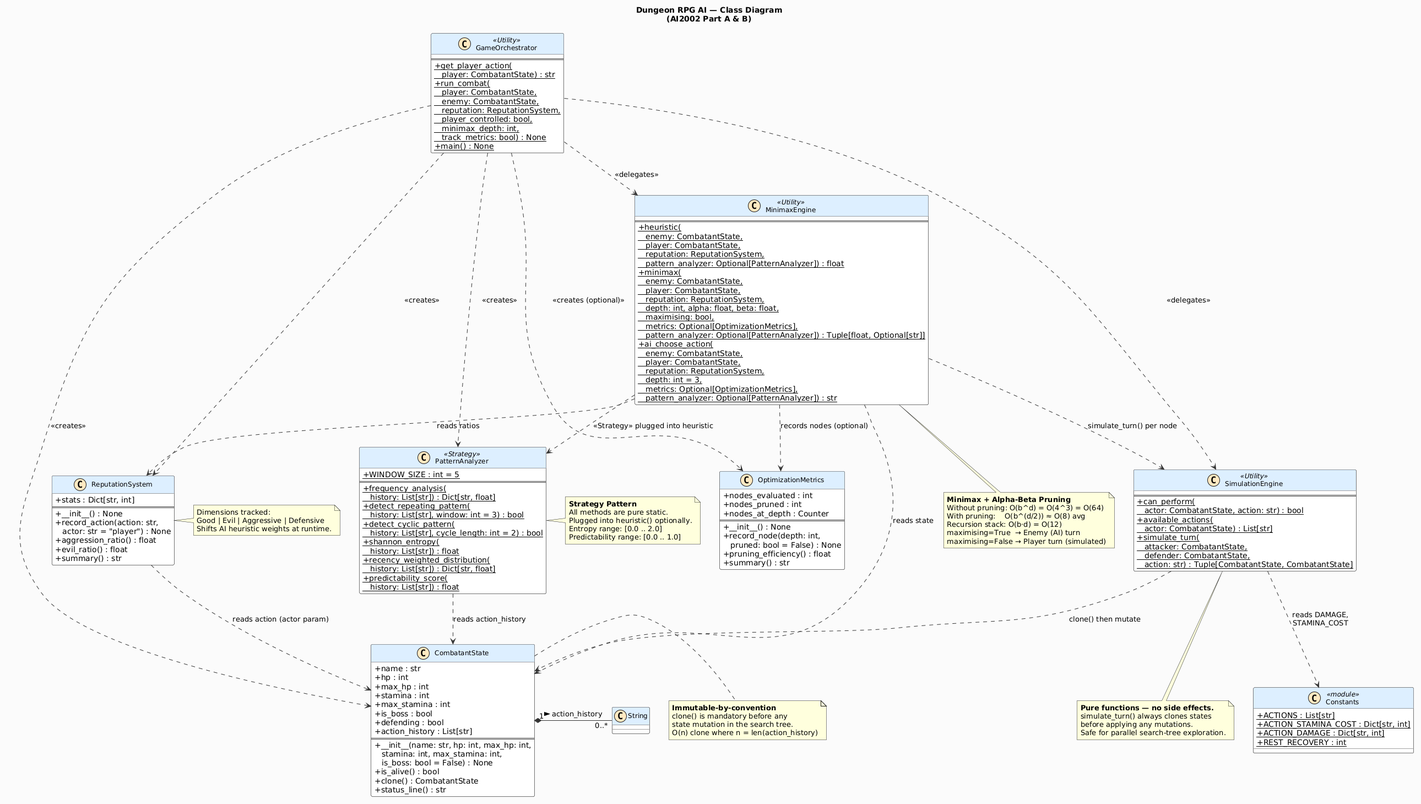
Earlier version of the PlantUML export uml/class_diagram.png (HamasNaveed/AI-Project).
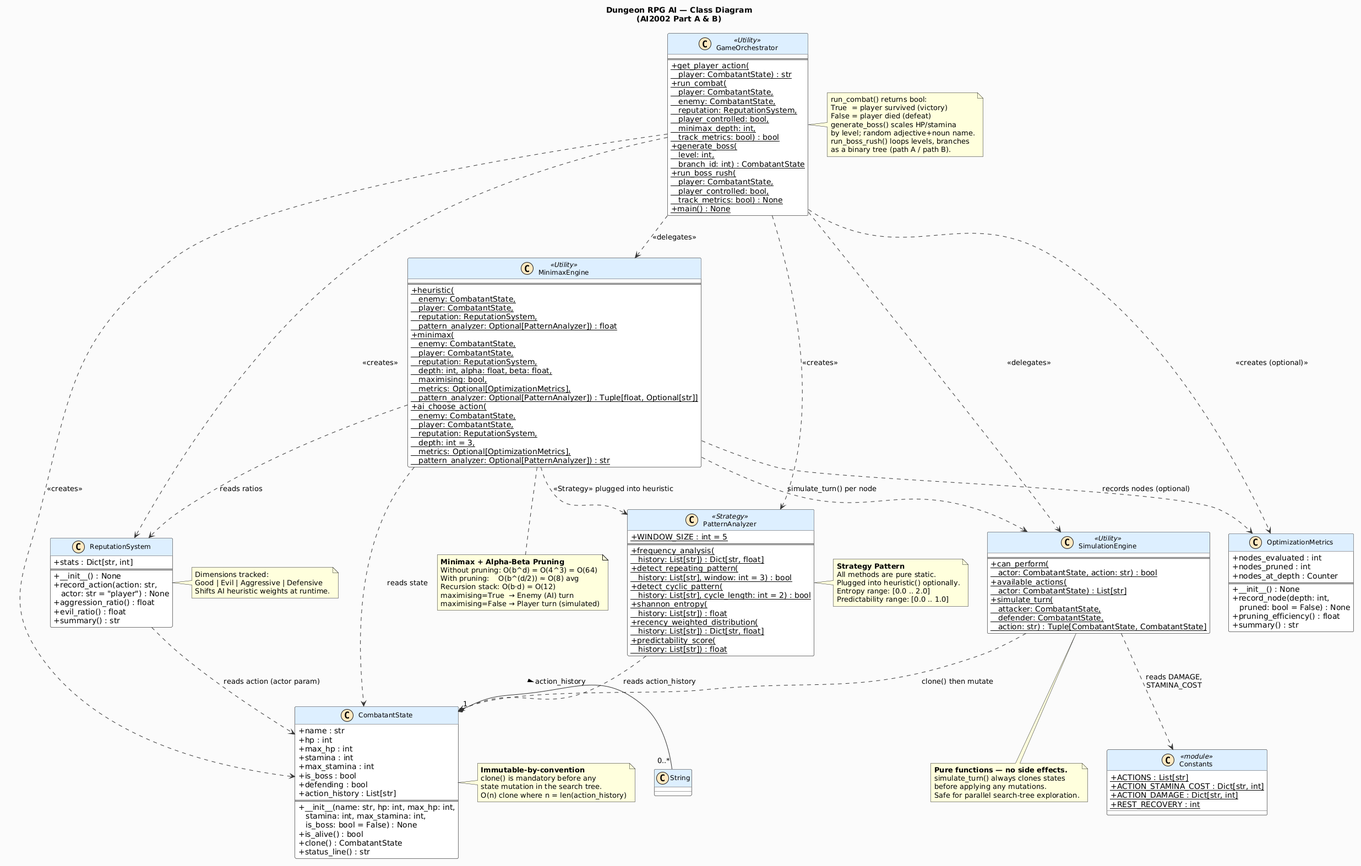
After the change.

What changed in the source:
```diff
@@ -116,9 +116,21 @@
 class GameOrchestrator <<Utility>> {
     ==
     + {static} get_player_action(\n   player: CombatantState) : str
-    + {static} run_combat(\n   player: CombatantState,\n   enemy: CombatantState,\n   reputation: ReputationSystem,\n   player_controlled: bool,\n   minimax_depth: int,\n   track_metrics: bool) : None
+    + {static} run_combat(\n   player: CombatantState,\n   enemy: CombatantState,\n   reputation: ReputationSystem,\n   player_controlled: bool,\n   minimax_depth: int,\n   track_metrics: bool) : bool
+    + {static} generate_boss(\n   level: int,\n   branch_id: int) : CombatantState
+    + {static} run_boss_rush(\n   player: CombatantState,\n   player_controlled: bool,\n   track_metrics: bool) : None
     + {static} main() : None
 }
+
+note right of GameOrchestrator
+  run_combat() returns bool:
+  True  = player survived (victory)
+  False = player died (defeat)
+  generate_boss() scales HP/stamina
+  by level; random adjective+noun name.
+  run_boss_rush() loops levels, branches
+  as a binary tree (path A / path B).
+end note
 
 class Constants <<module>> {
     + {static} ACTIONS : List[str]
```
